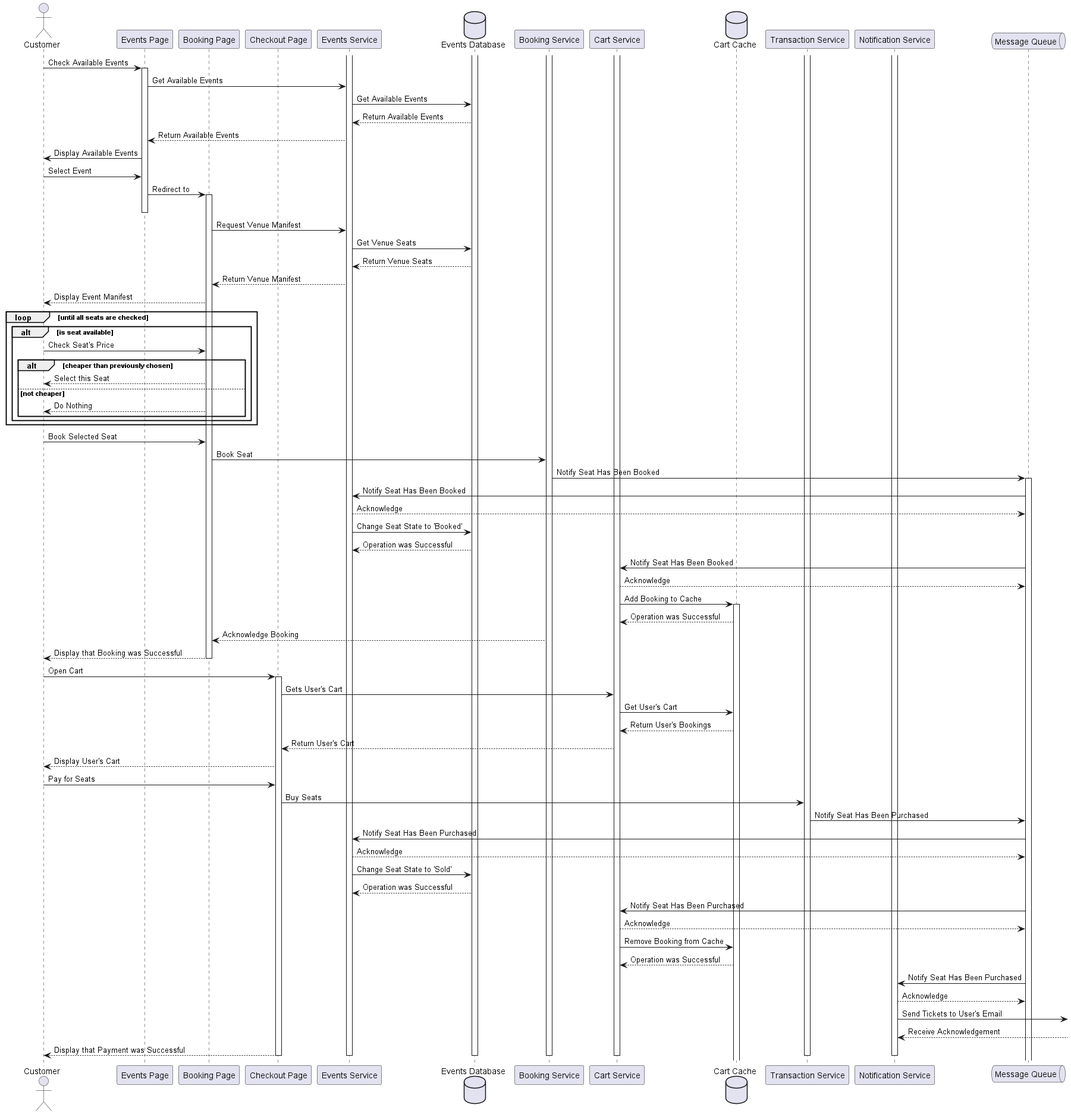
Above: diagrams/lowest-price-seat-booking-sequence-diagram.png in vadzim-kurdzesau/ticketing-domain (PlantUML), before the change.
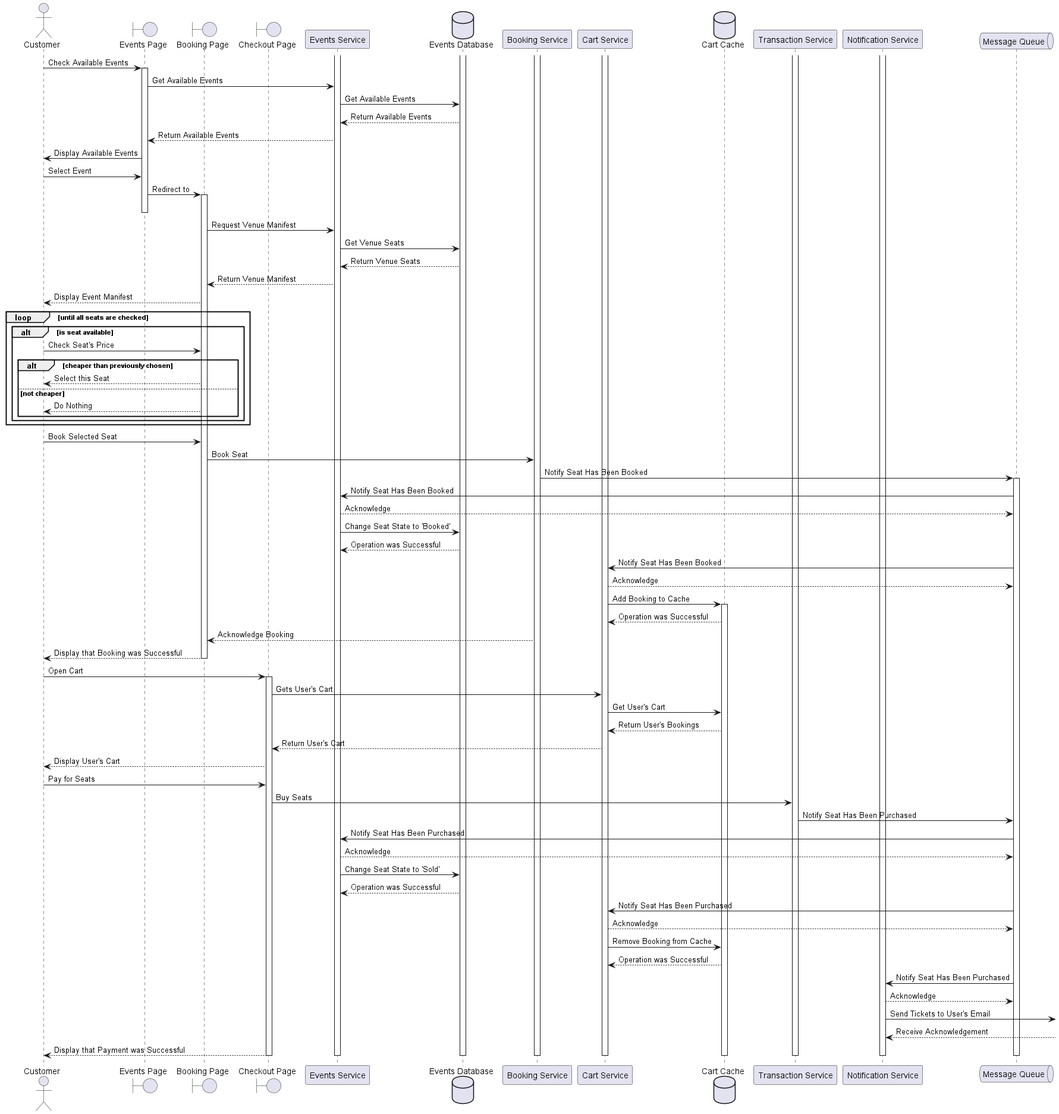
Above is the later version.

Commit message:
feat: complete all diagrams

The edit, as a diff of the source:
```diff
@@ -1,9 +1,9 @@
 @startuml lowest-price-seat-booking-sequence-diagram
 
 actor Customer as user
-participant "Events Page" as eventsPage
-participant "Booking Page" as bookingPage
-participant "Checkout Page" as checkoutPage
+boundary "Events Page" as eventsPage
+boundary "Booking Page" as bookingPage
+boundary "Checkout Page" as checkoutPage
 participant "Events Service" as eventService
 database "Events Database" as eventsDb
 
@@ -102,5 +102,7 @@
 deactivate cartService
 deactivate transactionService
 deactivate notifications
+deactivate queueService
+deactivate cartCache
 
 @enduml
```
